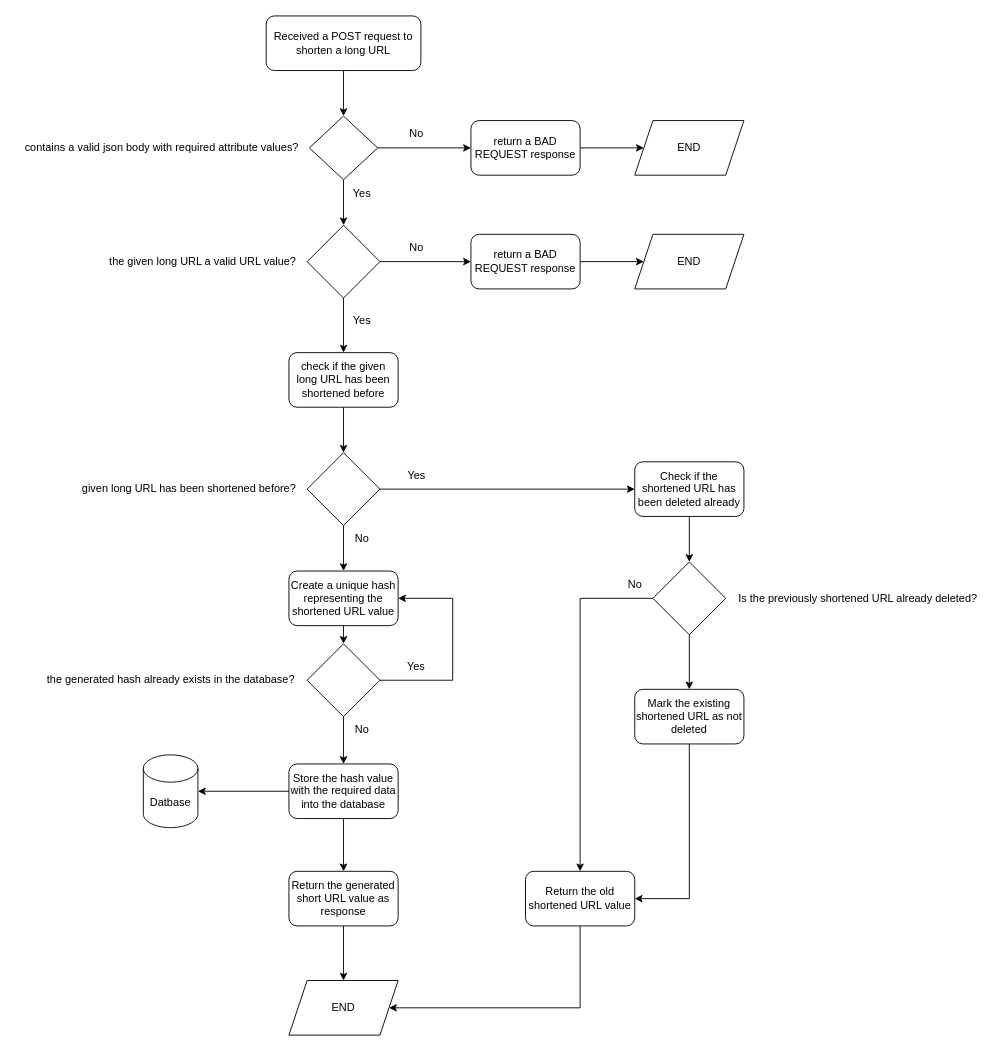
Earlier version of the draw.io diagram docs/flowcharts/url_shortener_rest_api.drawio (rajeshsinha1997/url-shortener-python). Source tidied: cells renumbered, new cells numbered last; positions are measured from the earlier drawing's top-left corner, leaving out a move shared by most shapes. Both pictures are drawn from the tidied source at 91%, with x=0, y=0 at pixel (15, 15).
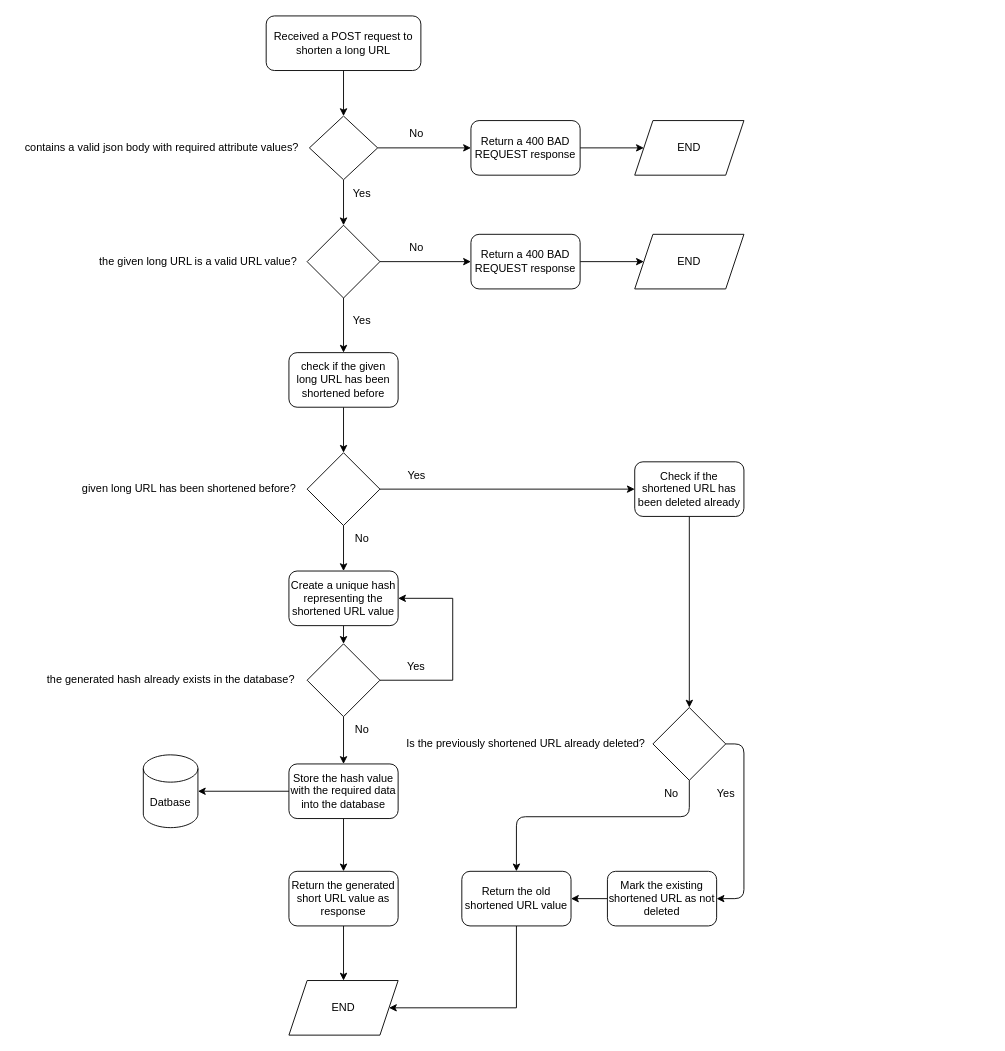
The same page after the edit.

Unchanged cells that the change refers to:
```xml
<mxCell id="45" value="END" style="shape=parallelogram;perimeter=parallelogramPerimeter;whiteSpace=wrap;html=1;fixedSize=1;" parent="1" vertex="1">
  <mxGeometry x="300" y="1060" width="120" height="60" as="geometry" />
</mxCell>
```

Diff of the diagram source:
```diff
@@
-    <mxCell id="9" value="return a BAD REQUEST response" style="rounded=1;whiteSpace=wrap;html=1;" parent="1" vertex="1">
+    <mxCell id="9" value="Return a 400 BAD REQUEST response" style="rounded=1;whiteSpace=wrap;html=1;" parent="1" vertex="1">
       <mxGeometry x="500" y="115" width="120" height="60" as="geometry" />
     </mxCell>
@@
-    <mxCell id="16" value="&lt;div&gt;the given long URL a valid URL value?&lt;br&gt;&lt;/div&gt;" style="text;html=1;align=center;verticalAlign=middle;strokeColor=none;fillColor=none;" parent="1" vertex="1">
-      <mxGeometry x="90" y="255" width="230" height="30" as="geometry" />
+    <mxCell id="16" value="&lt;div&gt;the given long URL is a valid URL value?&lt;br&gt;&lt;/div&gt;" style="text;html=1;align=center;verticalAlign=middle;strokeColor=none;fillColor=none;" parent="1" vertex="1">
+      <mxGeometry x="80" y="255" width="240" height="30" as="geometry" />
     </mxCell>
@@
-    <mxCell id="18" value="return a BAD REQUEST response" style="rounded=1;whiteSpace=wrap;html=1;" parent="1" vertex="1">
+    <mxCell id="18" value="Return a 400 BAD REQUEST response" style="rounded=1;whiteSpace=wrap;html=1;" parent="1" vertex="1">
       <mxGeometry x="500" y="240" width="120" height="60" as="geometry" />
     </mxCell>
@@
     <mxCell id="46" style="edgeStyle=orthogonalEdgeStyle;rounded=0;jettySize=auto;html=1;exitX=0.5;exitY=1;exitDx=0;exitDy=0;entryX=1;entryY=0.5;entryDx=0;entryDy=0;" parent="1" edge="1" source="47" target="45">
       <mxGeometry relative="1" as="geometry">
         <Array as="points">
-          <mxPoint x="620" y="1090" />
+          <mxPoint x="550" y="1090" />
         </Array>
       </mxGeometry>
     </mxCell>
     <mxCell id="47" value="Return the old shortened URL value" style="rounded=1;whiteSpace=wrap;html=1;" parent="1" vertex="1">
-      <mxGeometry x="560" y="940" width="120" height="60" as="geometry" />
+      <mxGeometry x="490" y="940" width="120" height="60" as="geometry" />
     </mxCell>
+    <mxCell id="49" style="edgeStyle=none;html=1;exitX=1;exitY=0.5;exitDx=0;exitDy=0;entryX=1;entryY=0.5;entryDx=0;entryDy=0;" parent="1" edge="1" source="50" target="55">
+      <mxGeometry relative="1" as="geometry">
+        <Array as="points">
+          <mxPoint x="800" y="800" />
+          <mxPoint x="800" y="970" />
+        </Array>
+      </mxGeometry>
+    </mxCell>
-    <mxCell id="48" style="edgeStyle=orthogonalEdgeStyle;rounded=0;jettySize=auto;html=1;exitX=0;exitY=0.5;exitDx=0;exitDy=0;entryX=0.5;entryY=0;entryDx=0;entryDy=0;" parent="1" edge="1" source="50" target="47">
-      <mxGeometry relative="1" as="geometry" />
+    <mxCell id="48" style="edgeStyle=none;html=1;exitX=0.5;exitY=1;exitDx=0;exitDy=0;entryX=0.5;entryY=0;entryDx=0;entryDy=0;" parent="1" edge="1" source="50" target="47">
+      <mxGeometry relative="1" as="geometry">
+        <Array as="points">
+          <mxPoint x="740" y="880" />
+          <mxPoint x="550" y="880" />
+        </Array>
+      </mxGeometry>
     </mxCell>
-    <mxCell id="49" style="edgeStyle=orthogonalEdgeStyle;rounded=0;jettySize=auto;html=1;exitX=0.5;exitY=1;exitDx=0;exitDy=0;entryX=0.5;entryY=0;entryDx=0;entryDy=0;" parent="1" edge="1" source="50" target="55">
-      <mxGeometry relative="1" as="geometry" />
-    </mxCell>
     <mxCell id="50" style="rhombus;whiteSpace=wrap;html=1;" parent="1" vertex="1">
-      <mxGeometry x="700" y="600" width="80" height="80" as="geometry" />
+      <mxGeometry x="700" y="760" width="80" height="80" as="geometry" />
     </mxCell>
     <mxCell id="51" value="Is the previously shortened URL already deleted?" style="text;html=1;align=center;verticalAlign=middle;strokeColor=none;fillColor=none;" parent="1" vertex="1">
-      <mxGeometry x="780" y="625" width="290" height="30" as="geometry" />
+      <mxGeometry x="415" y="785" width="290" height="30" as="geometry" />
     </mxCell>
@@
-    <mxCell id="53" value="No" style="text;html=1;align=center;verticalAlign=middle;strokeColor=none;fillColor=none;" parent="1" vertex="1">
-      <mxGeometry x="660" y="610" width="40" height="30" as="geometry" />
-    </mxCell>
-    <mxCell id="54" style="edgeStyle=orthogonalEdgeStyle;rounded=0;jettySize=auto;html=1;exitX=0.5;exitY=1;exitDx=0;exitDy=0;entryX=1;entryY=0.5;entryDx=0;entryDy=0;" parent="1" edge="1" source="55" target="47">
+    <mxCell id="54" style="edgeStyle=none;html=1;exitX=0;exitY=0.5;exitDx=0;exitDy=0;entryX=1;entryY=0.5;entryDx=0;entryDy=0;" parent="1" edge="1" source="55" target="47">
       <mxGeometry relative="1" as="geometry" />
     </mxCell>
     <mxCell id="55" value="Mark the existing shortened URL as not deleted" style="rounded=1;whiteSpace=wrap;html=1;" parent="1" vertex="1">
-      <mxGeometry x="680" y="740" width="120" height="60" as="geometry" />
+      <mxGeometry x="650" y="940" width="120" height="60" as="geometry" />
     </mxCell>
+    <mxCell id="53" value="No" style="text;html=1;align=center;verticalAlign=middle;strokeColor=none;fillColor=none;" parent="1" vertex="1">
+      <mxGeometry x="700" y="840" width="40" height="30" as="geometry" />
+    </mxCell>
+    <mxCell id="56" value="Yes" style="text;html=1;align=center;verticalAlign=middle;strokeColor=none;fillColor=none;" parent="1" vertex="1">
+      <mxGeometry x="760" y="840" width="40" height="30" as="geometry" />
+    </mxCell>
```
